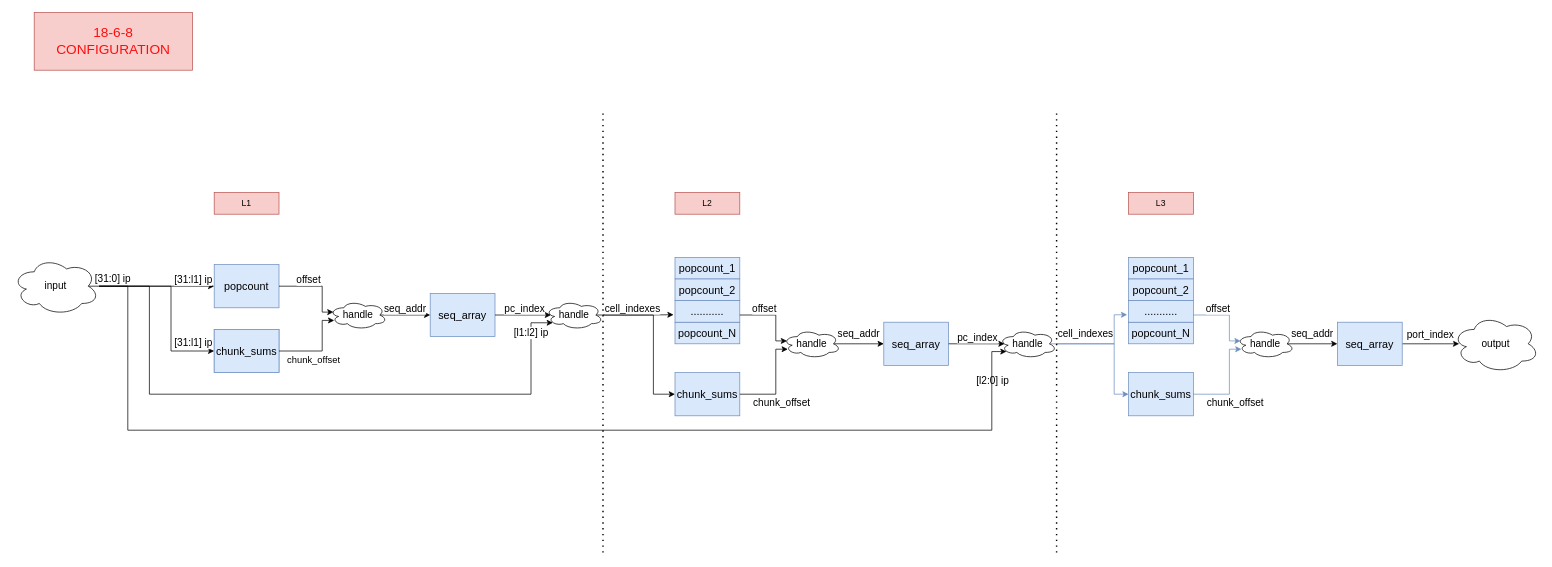
Above: page "upper_datapath" (4 of 4) of docs/cache_scheme.drawio in IlyaManishin/lulea-algoritm-rtl (draw.io), before the change. Source tidied: cells renumbered, new cells numbered last; positions are measured from the earlier drawing's top-left corner, leaving out a move shared by most shapes. Both pictures are drawn from the tidied source at 72%, with x=0, y=0 at pixel (12, 12).
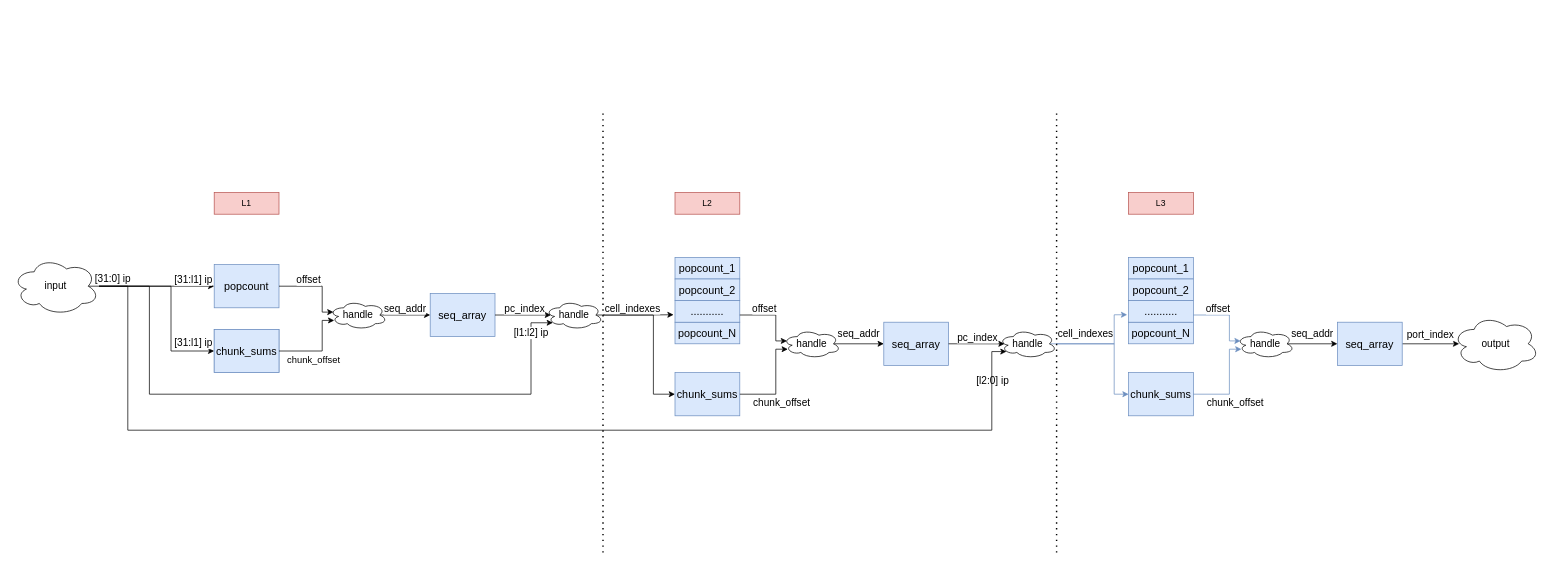
The same diagram, later.

Diff of the diagram source:
```diff
@@
-    <mxCell id="19" value="&lt;font style=&quot;font-size: 19px;&quot;&gt;18-6-8 CONFIGURATION&lt;/font&gt;" style="rounded=0;whiteSpace=wrap;html=1;fillColor=#f8cecc;strokeColor=#b85450;fontColor=#FF0D0D;" parent="1" vertex="1">
-      <mxGeometry x="30" width="220" height="80" as="geometry" />
-    </mxCell>
```
